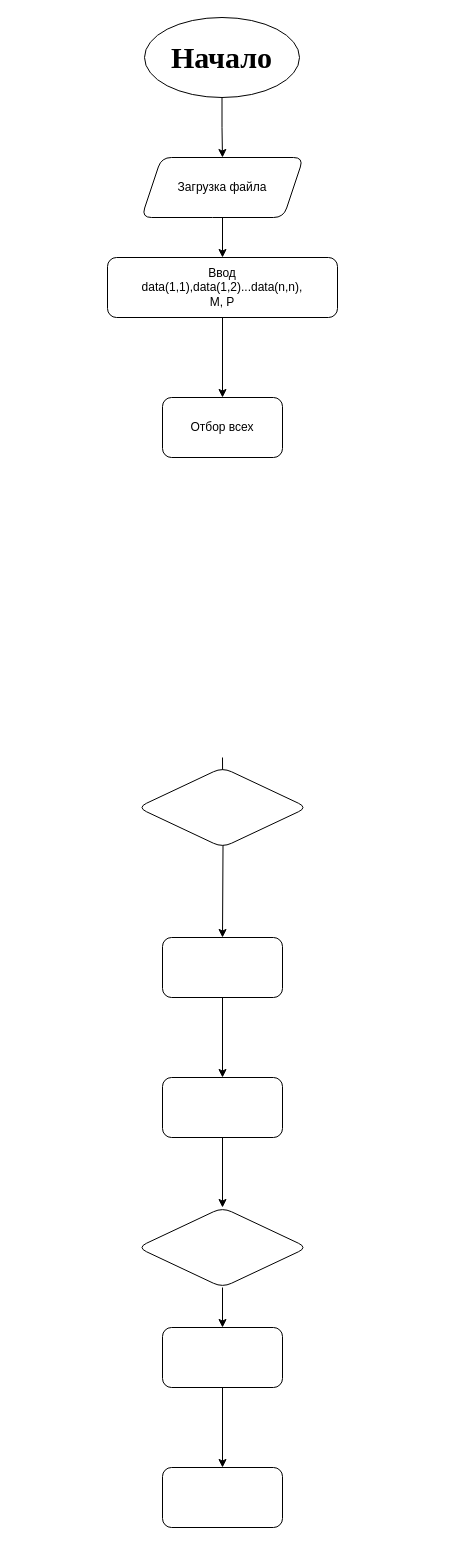
Before: Untitled Diagram.drawio in Incertu/helllo-world, a draw.io diagram. Source tidied: cells renumbered, new cells numbered last; positions are measured from the earlier drawing's top-left corner, leaving out a move shared by most shapes. Both pictures are drawn from the tidied source at 100%, with x=0, y=0 at pixel (107, 17).
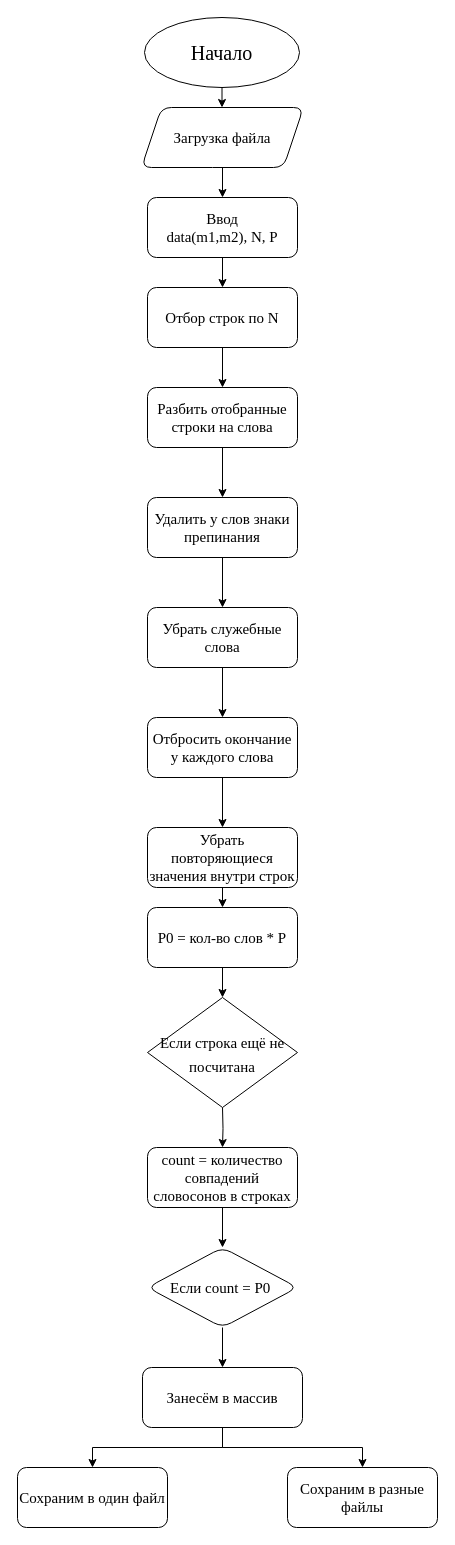
After the change.

The edit, as a diff of the source:
```diff
@@
-    <mxCell id="3" value="&lt;h1&gt;Начало&lt;/h1&gt;" style="ellipse;whiteSpace=wrap;html=1;rounded=1;fontFamily=Times New Roman;fontSize=15;" parent="1" vertex="1">
-      <mxGeometry x="37" width="155" height="80" as="geometry" />
+    <mxCell id="3" value="&lt;p&gt;&lt;font style=&quot;font-size: 20px&quot;&gt;Начало&lt;/font&gt;&lt;/p&gt;" style="ellipse;whiteSpace=wrap;html=1;rounded=1;fontFamily=Times New Roman;fontSize=15;labelBackgroundColor=none;horizontal=1;" parent="1" vertex="1">
+      <mxGeometry x="37" width="155" height="70" as="geometry" />
     </mxCell>
@@
-    <mxCell id="5" value="Загрузка файла" style="shape=parallelogram;perimeter=parallelogramPerimeter;whiteSpace=wrap;html=1;fixedSize=1;rounded=1;" parent="1" vertex="1">
-      <mxGeometry x="34" y="140" width="162" height="60" as="geometry" />
+    <mxCell id="5" value="Загрузка файла" style="shape=parallelogram;perimeter=parallelogramPerimeter;whiteSpace=wrap;html=1;fixedSize=1;rounded=1;fontSize=15;fontFamily=Times New Roman;" parent="1" vertex="1">
+      <mxGeometry x="34" y="90" width="162" height="60" as="geometry" />
     </mxCell>
-    <mxCell id="6" style="edgeStyle=orthogonalEdgeStyle;rounded=0;jettySize=auto;html=1;fontFamily=Times New Roman;fontSize=15;" parent="1" edge="1" source="7" target="19">
+    <mxCell id="6" style="edgeStyle=orthogonalEdgeStyle;rounded=0;jettySize=auto;html=1;fontFamily=Times New Roman;fontSize=15;" parent="1" edge="1" source="7" target="21">
       <mxGeometry relative="1" as="geometry" />
     </mxCell>
-    <mxCell id="7" value="Ввод&lt;br&gt;data(1,1),data(1,2)...data(n,n),&lt;br&gt;M, P" style="whiteSpace=wrap;html=1;rounded=1;" parent="1" vertex="1">
-      <mxGeometry y="240" width="230" height="60" as="geometry" />
+    <mxCell id="7" value="Ввод&lt;br style=&quot;font-size: 15px;&quot;&gt;data(m1,m2), N, P" style="whiteSpace=wrap;html=1;rounded=1;fontSize=15;fontFamily=Times New Roman;" parent="1" vertex="1">
+      <mxGeometry x="40" y="180" width="150" height="60" as="geometry" />
     </mxCell>
-    <mxCell id="8" style="edgeStyle=orthogonalEdgeStyle;rounded=0;jettySize=auto;html=1;fontFamily=Times New Roman;fontSize=20;entryX=0.5;entryY=0;entryDx=0;entryDy=0;" parent="1" edge="1" target="10">
-      <mxGeometry relative="1" as="geometry">
-        <mxPoint x="115" y="740" as="sourcePoint" />
-      </mxGeometry>
-    </mxCell>
-    <mxCell id="9" style="edgeStyle=orthogonalEdgeStyle;rounded=0;jettySize=auto;html=1;fontFamily=Times New Roman;fontSize=20;" parent="1" edge="1" source="10" target="13">
-      <mxGeometry relative="1" as="geometry" />
-    </mxCell>
-    <mxCell id="10" style="whiteSpace=wrap;html=1;rounded=1;shadow=0;sketch=0;" parent="1" vertex="1">
-      <mxGeometry x="55" y="920" width="120" height="60" as="geometry" />
-    </mxCell>
-    <mxCell id="11" style="rhombus;whiteSpace=wrap;html=1;rounded=1;shadow=0;sketch=0;" parent="1" vertex="1">
-      <mxGeometry x="30" y="750" width="170" height="80" as="geometry" />
-    </mxCell>
-    <mxCell id="12" style="edgeStyle=orthogonalEdgeStyle;rounded=0;jettySize=auto;html=1;fontFamily=Times New Roman;fontSize=20;" parent="1" edge="1" source="13" target="15">
-      <mxGeometry relative="1" as="geometry" />
-    </mxCell>
-    <mxCell id="13" style="whiteSpace=wrap;html=1;rounded=1;shadow=0;sketch=0;" parent="1" vertex="1">
-      <mxGeometry x="55" y="1060" width="120" height="60" as="geometry" />
-    </mxCell>
-    <mxCell id="14" style="edgeStyle=orthogonalEdgeStyle;rounded=0;jettySize=auto;html=1;fontFamily=Times New Roman;fontSize=20;" parent="1" edge="1" source="15" target="17">
-      <mxGeometry relative="1" as="geometry" />
-    </mxCell>
-    <mxCell id="15" style="rhombus;whiteSpace=wrap;html=1;rounded=1;shadow=0;sketch=0;" parent="1" vertex="1">
-      <mxGeometry x="30" y="1190" width="170" height="80" as="geometry" />
-    </mxCell>
-    <mxCell id="16" style="edgeStyle=orthogonalEdgeStyle;rounded=0;jettySize=auto;html=1;fontFamily=Times New Roman;fontSize=20;" parent="1" edge="1" source="17" target="18">
-      <mxGeometry relative="1" as="geometry" />
-    </mxCell>
-    <mxCell id="17" style="rounded=1;whiteSpace=wrap;html=1;shadow=0;sketch=0;" parent="1" vertex="1">
-      <mxGeometry x="55" y="1310" width="120" height="60" as="geometry" />
-    </mxCell>
-    <mxCell id="18" style="rounded=1;whiteSpace=wrap;html=1;shadow=0;sketch=0;" parent="1" vertex="1">
-      <mxGeometry x="55" y="1450" width="120" height="60" as="geometry" />
-    </mxCell>
-    <mxCell id="19" value="Отбор всех" style="whiteSpace=wrap;html=1;rounded=1;" parent="1" vertex="1">
-      <mxGeometry x="55" y="380" width="120" height="60" as="geometry" />
-    </mxCell>
+    <mxCell id="20" style="edgeStyle=orthogonalEdgeStyle;rounded=0;jettySize=auto;html=1;fontFamily=Times New Roman;fontSize=15;" parent="1" edge="1" source="21" target="23">
+      <mxGeometry relative="1" as="geometry" />
+    </mxCell>
+    <mxCell id="21" value="Отбор строк по N" style="rounded=1;whiteSpace=wrap;html=1;shadow=0;sketch=0;fontFamily=Times New Roman;fontSize=15;verticalAlign=middle;" parent="1" vertex="1">
+      <mxGeometry x="40" y="270" width="150" height="60" as="geometry" />
+    </mxCell>
+    <mxCell id="22" style="edgeStyle=orthogonalEdgeStyle;rounded=0;jettySize=auto;html=1;fontFamily=Times New Roman;fontSize=15;" parent="1" edge="1" source="23" target="25">
+      <mxGeometry relative="1" as="geometry" />
+    </mxCell>
+    <mxCell id="23" value="Разбить отобранные строки на слова" style="rounded=1;whiteSpace=wrap;html=1;shadow=0;fontFamily=Times New Roman;fontSize=15;sketch=0;" parent="1" vertex="1">
+      <mxGeometry x="40" y="370" width="150" height="60" as="geometry" />
+    </mxCell>
+    <mxCell id="24" style="edgeStyle=orthogonalEdgeStyle;rounded=0;jettySize=auto;html=1;fontFamily=Times New Roman;fontSize=15;" parent="1" edge="1" source="25" target="27">
+      <mxGeometry relative="1" as="geometry" />
+    </mxCell>
+    <mxCell id="25" value="Удалить у слов знаки препинания" style="whiteSpace=wrap;html=1;rounded=1;shadow=0;fontFamily=Times New Roman;fontSize=15;sketch=0;" parent="1" vertex="1">
+      <mxGeometry x="40" y="480" width="150" height="60" as="geometry" />
+    </mxCell>
+    <mxCell id="26" style="edgeStyle=orthogonalEdgeStyle;rounded=0;jettySize=auto;html=1;fontFamily=Times New Roman;fontSize=15;" parent="1" edge="1" source="27" target="29">
+      <mxGeometry relative="1" as="geometry" />
+    </mxCell>
+    <mxCell id="27" value="Убрать служебные слова" style="rounded=1;whiteSpace=wrap;html=1;shadow=0;fontFamily=Times New Roman;fontSize=15;sketch=0;" parent="1" vertex="1">
+      <mxGeometry x="40" y="590" width="150" height="60" as="geometry" />
+    </mxCell>
+    <mxCell id="28" style="edgeStyle=orthogonalEdgeStyle;rounded=0;jettySize=auto;html=1;fontFamily=Times New Roman;fontSize=15;" parent="1" edge="1" source="29" target="31">
+      <mxGeometry relative="1" as="geometry" />
+    </mxCell>
+    <mxCell id="29" value="Отбросить окончание у каждого слова" style="rounded=1;whiteSpace=wrap;html=1;shadow=0;fontFamily=Times New Roman;fontSize=15;sketch=0;" parent="1" vertex="1">
+      <mxGeometry x="40" y="700" width="150" height="60" as="geometry" />
+    </mxCell>
+    <mxCell id="30" style="edgeStyle=orthogonalEdgeStyle;rounded=0;jettySize=auto;html=1;fontFamily=Times New Roman;fontSize=20;" parent="1" edge="1" source="31">
+      <mxGeometry relative="1" as="geometry">
+        <mxPoint x="115" y="890" as="targetPoint" />
+      </mxGeometry>
+    </mxCell>
+    <mxCell id="31" value="Убрать повторяющиеся значения внутри строк" style="rounded=1;whiteSpace=wrap;html=1;shadow=0;fontFamily=Times New Roman;fontSize=15;sketch=0;" parent="1" vertex="1">
+      <mxGeometry x="40" y="810" width="150" height="60" as="geometry" />
+    </mxCell>
+    <mxCell id="32" style="edgeStyle=orthogonalEdgeStyle;rounded=0;jettySize=auto;html=1;fontFamily=Times New Roman;fontSize=20;entryX=0.5;entryY=0;entryDx=0;entryDy=0;" parent="1" edge="1" target="36">
+      <mxGeometry relative="1" as="geometry">
+        <mxPoint x="115" y="1090" as="sourcePoint" />
+      </mxGeometry>
+    </mxCell>
+    <mxCell id="33" style="edgeStyle=orthogonalEdgeStyle;rounded=0;jettySize=auto;html=1;fontFamily=Times New Roman;fontSize=15;" parent="1" edge="1" source="34" target="41">
+      <mxGeometry relative="1" as="geometry" />
+    </mxCell>
+    <mxCell id="34" value="P0 = кол-во слов * P" style="whiteSpace=wrap;html=1;rounded=1;shadow=0;fontFamily=Times New Roman;fontSize=15;sketch=0;" parent="1" vertex="1">
+      <mxGeometry x="40" y="890" width="150" height="60" as="geometry" />
+    </mxCell>
+    <mxCell id="35" style="edgeStyle=orthogonalEdgeStyle;rounded=0;jettySize=auto;html=1;fontFamily=Times New Roman;fontSize=20;" parent="1" edge="1" source="36" target="38">
+      <mxGeometry relative="1" as="geometry" />
+    </mxCell>
+    <mxCell id="36" value="count = количество совпадений словосонов в строках" style="whiteSpace=wrap;html=1;rounded=1;shadow=0;fontFamily=Times New Roman;fontSize=15;sketch=0;" parent="1" vertex="1">
+      <mxGeometry x="40" y="1130" width="150" height="60" as="geometry" />
+    </mxCell>
+    <mxCell id="37" style="edgeStyle=orthogonalEdgeStyle;rounded=0;jettySize=auto;html=1;fontFamily=Times New Roman;fontSize=20;" parent="1" edge="1" source="38" target="40">
+      <mxGeometry relative="1" as="geometry" />
+    </mxCell>
+    <mxCell id="38" value="Если count = P0&amp;nbsp;" style="rhombus;whiteSpace=wrap;html=1;rounded=1;shadow=0;fontFamily=Times New Roman;fontSize=15;sketch=0;" parent="1" vertex="1">
+      <mxGeometry x="40" y="1230" width="150" height="80" as="geometry" />
+    </mxCell>
+    <mxCell id="39" style="edgeStyle=orthogonalEdgeStyle;rounded=0;jettySize=auto;html=1;fontFamily=Times New Roman;fontSize=15;" parent="1" edge="1" source="40" target="42">
+      <mxGeometry relative="1" as="geometry" />
+    </mxCell>
+    <mxCell id="40" value="Занесём в массив" style="whiteSpace=wrap;html=1;rounded=1;shadow=0;fontFamily=Times New Roman;fontSize=15;sketch=0;" parent="1" vertex="1">
+      <mxGeometry x="35" y="1350" width="160" height="60" as="geometry" />
+    </mxCell>
+    <mxCell id="41" value="&lt;font style=&quot;font-size: 15px&quot;&gt;Если строка ещё не посчитана&lt;/font&gt;" style="rhombus;whiteSpace=wrap;html=1;shadow=0;labelBackgroundColor=none;sketch=0;fontFamily=Times New Roman;fontSize=20;verticalAlign=middle;" parent="1" vertex="1">
+      <mxGeometry x="40" y="980" width="150" height="110" as="geometry" />
+    </mxCell>
+    <mxCell id="42" value="Сохраним в один файл" style="whiteSpace=wrap;html=1;rounded=1;shadow=0;fontFamily=Times New Roman;fontSize=15;sketch=0;" parent="1" vertex="1">
+      <mxGeometry x="-90" y="1450" width="150" height="60" as="geometry" />
+    </mxCell>
+    <mxCell id="43" style="endArrow=classic;html=1;rounded=0;fontFamily=Times New Roman;fontSize=15;edgeStyle=orthogonalEdgeStyle;exitX=0.5;exitY=1;exitDx=0;exitDy=0;entryX=0.5;entryY=0;entryDx=0;entryDy=0;" parent="1" edge="1" source="40" target="44">
+      <mxGeometry relative="1" as="geometry" />
+    </mxCell>
+    <mxCell id="44" value="Сохраним в разные файлы" style="whiteSpace=wrap;html=1;rounded=1;shadow=0;fontFamily=Times New Roman;fontSize=15;sketch=0;" parent="1" vertex="1">
+      <mxGeometry x="180" y="1450" width="150" height="60" as="geometry" />
+    </mxCell>
```
